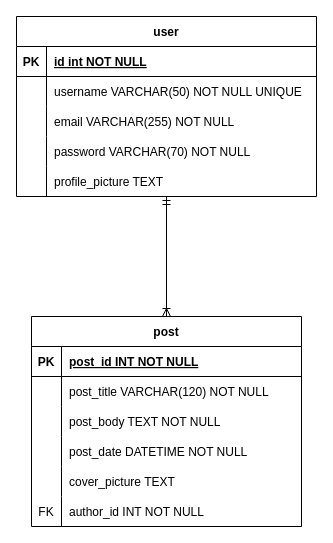
Above: design/erd_blog.drawio in Esteb4nx/BlogSpring (draw.io), before the change. Source tidied: cells renumbered, new cells numbered last; positions are measured from the earlier drawing's top-left corner, leaving out a move shared by most shapes. Both pictures are drawn from the tidied source at 100%, with x=0, y=0 at pixel (16, 16).
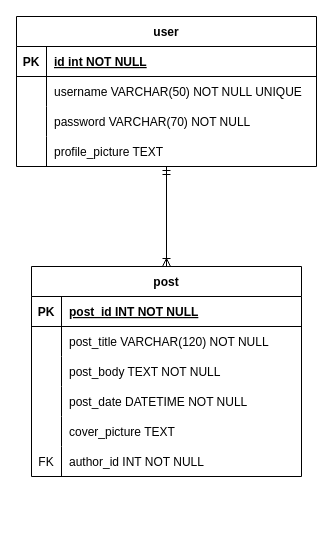
The same diagram, later.

Commit message:
design: Elimina atributo email de diseño base de datos

The edit, as a diff of the source:
```diff
@@
     <mxCell id="2" value="user" style="shape=table;startSize=30;childLayout=tableLayout;rowLines=0;fontStyle=1;align=center;" parent="1" vertex="1">
-      <mxGeometry width="300" height="180" as="geometry" />
+      <mxGeometry width="300" height="150" as="geometry" />
     </mxCell>
@@
-    <mxCell id="9" style="shape=partialRectangle;fillColor=none;top=0;left=0;bottom=0;right=0;" parent="2" vertex="1">
-      <mxGeometry y="90" width="300" height="30" as="geometry" />
-    </mxCell>
-    <mxCell id="10" value="&#10;" style="shape=partialRectangle;fillColor=none;top=0;left=0;bottom=0;right=0;overflow=hidden;" parent="9" vertex="1">
-      <mxGeometry width="30" height="30" as="geometry" />
-    </mxCell>
-    <mxCell id="11" value="email VARCHAR(255) NOT NULL" style="shape=partialRectangle;fillColor=none;top=0;left=0;bottom=0;right=0;align=left;spacingLeft=6;overflow=hidden;" parent="9" vertex="1">
-      <mxGeometry x="30" width="270" height="30" as="geometry" />
-    </mxCell>
     <mxCell id="12" style="shape=partialRectangle;fillColor=none;top=0;left=0;bottom=0;right=0;" parent="2" vertex="1">
-      <mxGeometry y="120" width="300" height="30" as="geometry" />
+      <mxGeometry y="90" width="300" height="30" as="geometry" />
     </mxCell>
@@
     <mxCell id="15" style="shape=partialRectangle;fillColor=none;top=0;left=0;bottom=0;right=0;" parent="2" vertex="1">
-      <mxGeometry y="150" width="300" height="30" as="geometry" />
+      <mxGeometry y="120" width="300" height="30" as="geometry" />
     </mxCell>
@@
     <mxCell id="19" value="post" style="shape=table;startSize=30;childLayout=tableLayout;rowLines=0;fontStyle=1;align=center;" parent="1" vertex="1">
-      <mxGeometry x="15" y="300" width="270" height="210" as="geometry" />
+      <mxGeometry x="15" y="250" width="270" height="210" as="geometry" />
     </mxCell>
```
